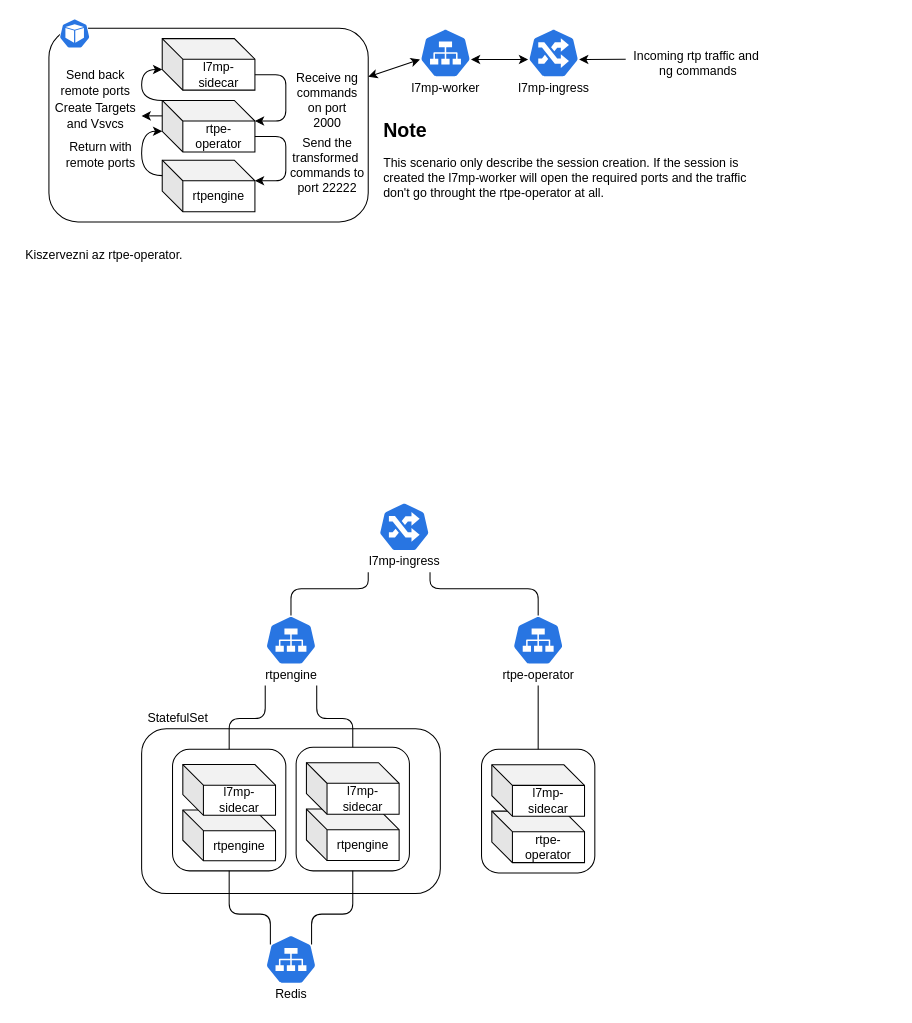
Above: page "l7mp" (1 of 3) of images/figures.drawio in l7mp/l7mp-media-plane-controller (draw.io), before the change. Source tidied: cells renumbered, new cells numbered last; positions are measured from the earlier drawing's top-left corner, leaving out a move shared by most shapes. Both pictures are drawn from the tidied source at 103%, with x=0, y=0 at pixel (18, 18).
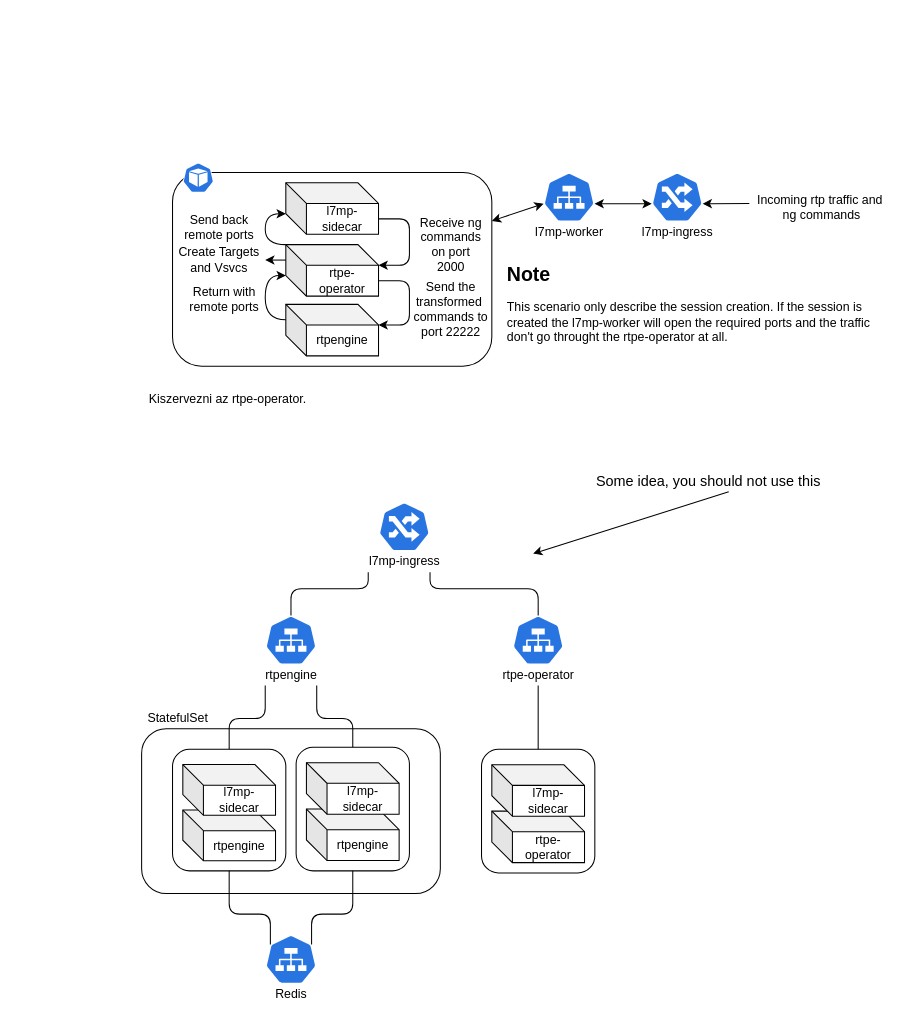
The same page after the edit.

The change refers to these unchanged cells:
```xml
<mxCell id="4" style="html=1;dashed=0;whitespace=wrap;fillColor=#2875E2;strokeColor=#ffffff;points=[[0.005,0.63,0],[0.1,0.2,0],[0.9,0.2,0],[0.5,0,0],[0.995,0.63,0],[0.72,0.99,0],[0.5,1,0],[0.28,0.99,0]];shape=mxgraph.kubernetes.icon;prIcon=ing;" parent="3" vertex="1">
  <mxGeometry x="15" width="50" height="48" as="geometry" />
</mxCell>
```

The edit, as a diff of the source:
```diff
@@
     <mxCell id="3" style="group;" parent="1" vertex="1">
-      <mxGeometry x="480" y="10" width="80" height="68" as="geometry" />
+      <mxGeometry x="600" y="150" width="80" height="68" as="geometry" />
     </mxCell>
@@
     <mxCell id="6" style="group;" parent="1" vertex="1">
-      <mxGeometry x="375" y="10" width="80" height="68" as="geometry" />
+      <mxGeometry x="495" y="150" width="80" height="68" as="geometry" />
     </mxCell>
@@
     <mxCell id="9" value="Incoming rtp traffic and&amp;nbsp;&lt;br&gt;ng commands" style="text;html=1;align=center;verticalAlign=middle;" parent="1" vertex="1">
-      <mxGeometry x="590" y="29" width="140" height="30" as="geometry" />
+      <mxGeometry x="710" y="169" width="140" height="30" as="geometry" />
     </mxCell>
     <mxCell id="10" style="group;" parent="1" vertex="1">
-      <mxGeometry x="30" y="10" width="315" height="188" as="geometry" />
+      <mxGeometry x="150" y="150" width="315" height="188" as="geometry" />
     </mxCell>
@@
     <mxCell id="28" style="endArrow=classic;html=1;entryX=0.995;entryY=0.63;entryDx=0;entryDy=0;entryPerimeter=0;" parent="1" edge="1" target="4">
       <mxGeometry relative="1" as="geometry">
-        <mxPoint x="590" y="40" as="sourcePoint" />
+        <mxPoint x="710" y="180" as="sourcePoint" />
       </mxGeometry>
     </mxCell>
     <mxCell id="29" value="&lt;h1 style=&quot;font-size: 19px&quot;&gt;Note&lt;/h1&gt;&lt;p&gt;This scenario only describe the session creation. If the session is created the l7mp-worker will open the required ports and the traffic don't go throught the rtpe-operator at all.&amp;nbsp;&lt;/p&gt;" style="text;html=1;strokeColor=none;fillColor=none;spacing=5;spacingTop=-20;whiteSpace=wrap;overflow=hidden;rounded=0;" parent="1" vertex="1">
-      <mxGeometry x="350" y="96" width="370" height="102" as="geometry" />
+      <mxGeometry x="470" y="236" width="370" height="102" as="geometry" />
     </mxCell>
     <mxCell id="30" value="Kiszervezni az rtpe-operator.&amp;nbsp;" style="text;html=1;align=center;verticalAlign=middle;" parent="1" vertex="1">
-      <mxGeometry y="220" width="170" height="20" as="geometry" />
+      <mxGeometry x="120" y="360" width="170" height="20" as="geometry" />
     </mxCell>
@@
+    <mxCell id="63" value="Some idea, you should not use this" style="text;html=1;align=center;verticalAlign=middle;points=[];fontSize=14;" parent="1" vertex="1">
+      <mxGeometry x="555" y="440" width="230" height="20" as="geometry" />
+    </mxCell>
+    <mxCell id="64" style="endArrow=classic;html=1;fontSize=14;exitX=0.587;exitY=1;exitDx=0;exitDy=0;exitPerimeter=0;" parent="1" edge="1" source="63">
+      <mxGeometry relative="1" as="geometry">
+        <mxPoint x="500" y="520" as="targetPoint" />
+      </mxGeometry>
+    </mxCell>
```
